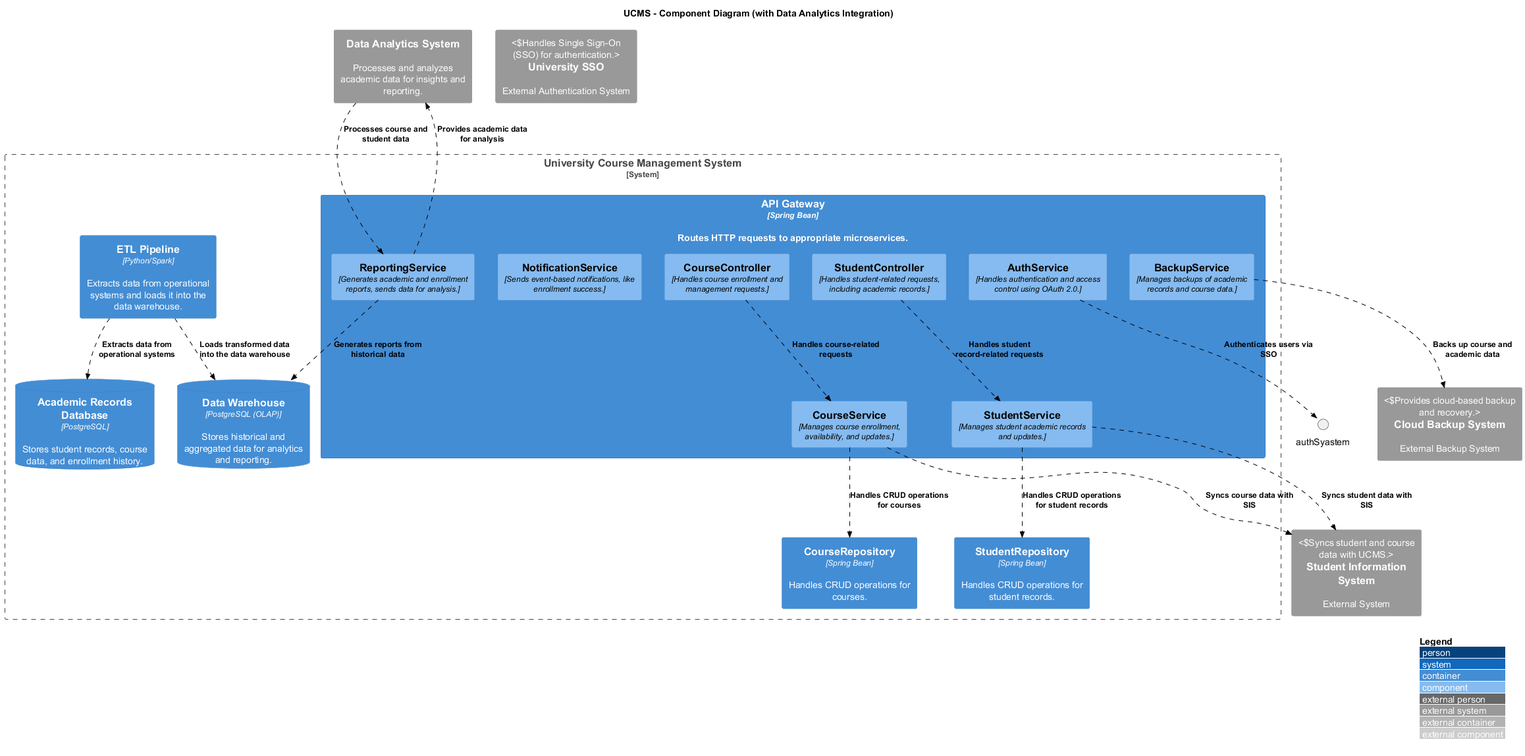
Above: out/Final_Component/UCMS_Component_Diagram.png in Mukundks2004/SoftwareArchC4Group (PlantUML), before the change. Its diagram source:
```plantuml
@startuml UCMS_Component_Diagram
!include https://raw.githubusercontent.com/plantuml-stdlib/C4-PlantUML/master/C4_Component.puml
AddRelTag("sync", $textColor="black", $lineColor="black", $lineStyle = DashedLine())

LAYOUT_WITH_LEGEND()

title UCMS - Component Diagram (with Data Analytics Integration)

System_Boundary(UCMS, "University Course Management System") {

    Container(apiGateway, "API Gateway", "Spring Bean", "Routes HTTP requests to appropriate microservices.") {

        Component(courseController, "CourseController", "Handles course enrollment and management requests.")
        Component(studentController, "StudentController", "Handles student-related requests, including academic records.")

        Component(courseService, "CourseService", "Manages course enrollment, availability, and updates.")
        Component(studentService, "StudentService", "Manages student academic records and updates.")
        Component(reportingService, "ReportingService", "Generates academic and enrollment reports, sends data for analysis.")
        Component(authService, "AuthService", "Handles authentication and access control using OAuth 2.0.")
        Component(notificationService, "NotificationService", "Sends event-based notifications, like enrollment success.")
        Component(backupService, "BackupService", "Manages backups of academic records and course data.")
    }

    Container(courseRepository, "CourseRepository", "Spring Bean", "Handles CRUD operations for courses.")
    Container(studentRepository, "StudentRepository", "Spring Bean", "Handles CRUD operations for student records.")

    Container(etlPipeline, "ETL Pipeline", "Python/Spark", "Extracts data from operational systems and loads it into the data warehouse.")
    ContainerDb(academicDb, "Academic Records Database", "PostgreSQL", "Stores student records, course data, and enrollment history.")
    ContainerDb(dataWarehouse, "Data Warehouse", "PostgreSQL (OLAP)", "Stores historical and aggregated data for analytics and reporting.")
}

System_Ext(SIS, "Student Information System", "External System", "Syncs student and course data with UCMS.")
System_Ext(authSystem, "University SSO", "External Authentication System", "Handles Single Sign-On (SSO) for authentication.")
System_Ext(backupSystem, "Cloud Backup System", "External Backup System", "Provides cloud-based backup and recovery.")
System_Ext(dataAnalytics, "Data Analytics System", "Processes and analyzes academic data for insights and reporting.")

Rel(courseController, courseService, "Handles course-related requests", $tags="sync")
Rel(studentController, studentService, "Handles student record-related requests", $tags="sync")
Rel(courseService, courseRepository, "Handles CRUD operations for courses", $tags="sync")
Rel(studentService, studentRepository, "Handles CRUD operations for student records", $tags="sync")
Rel(reportingService, dataWarehouse, "Generates reports from historical data", $tags="sync")
Rel(etlPipeline, academicDb, "Extracts data from operational systems", $tags="sync")
Rel(etlPipeline, dataWarehouse, "Loads transformed data into the data warehouse", $tags="sync")

Rel(authService, authSyastem, "Authenticates users via SSO", $tags="sync")
Rel(backupService, backupSystem, "Backs up course and academic data", $tags="sync")
Rel(reportingService, dataAnalytics, "Provides academic data for analysis", $tags="sync")
Rel(dataAnalytics, reportingService, "Processes course and student data", $tags="sync")

Rel(courseService, SIS, "Syncs course data with SIS", $tags="sync")
Rel(studentService, SIS, "Syncs student data with SIS", $tags="sync")

@enduml
```
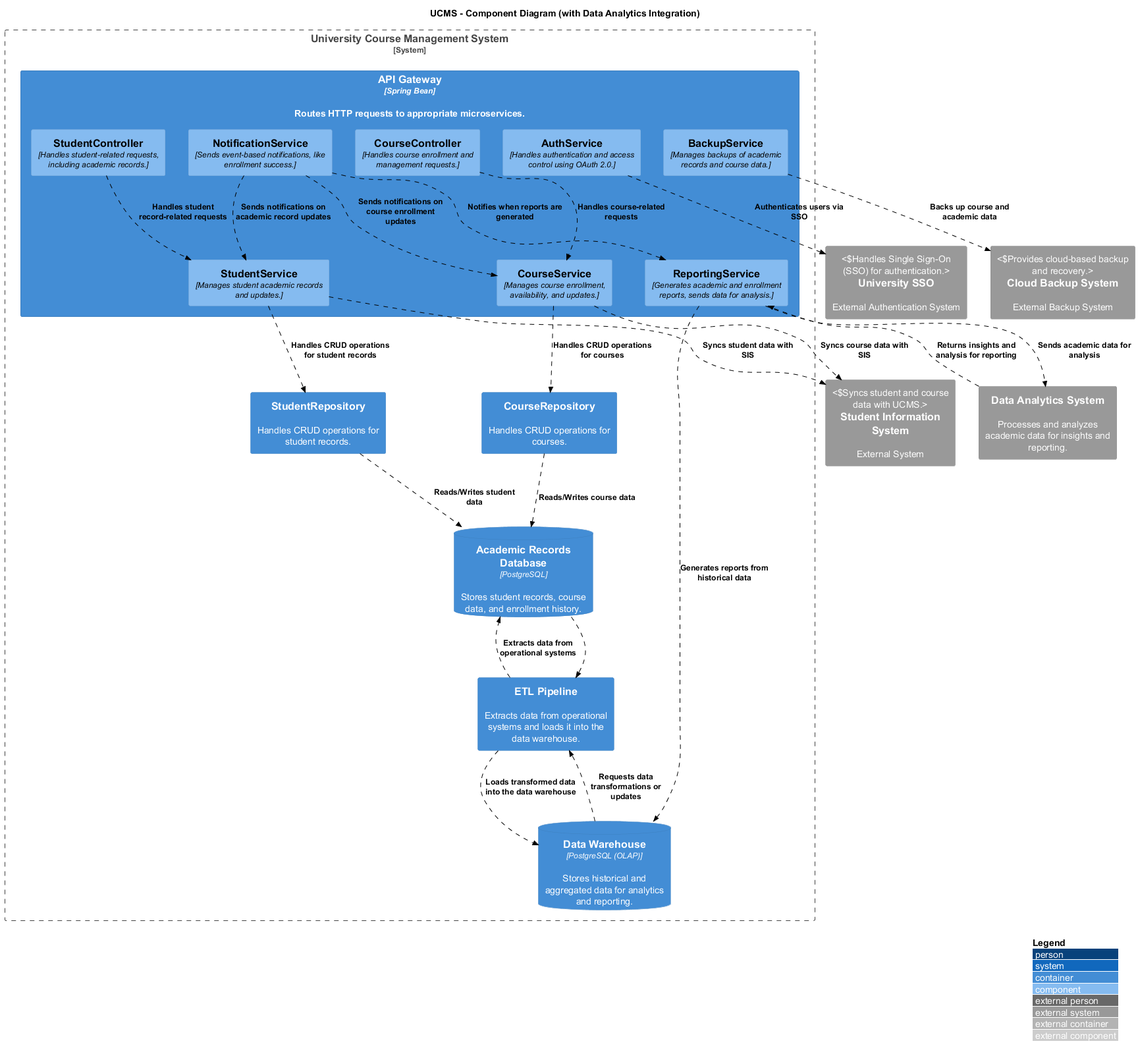
The same file after the commit.

The edit, as a diff of the source:
```diff
@@ -21,10 +21,10 @@
         Component(backupService, "BackupService", "Manages backups of academic records and course data.")
     }
 
-    Container(courseRepository, "CourseRepository", "Spring Bean", "Handles CRUD operations for courses.")
-    Container(studentRepository, "StudentRepository", "Spring Bean", "Handles CRUD operations for student records.")
+    Container(courseRepository, "CourseRepository", "", "Handles CRUD operations for courses.")
+    Container(studentRepository, "StudentRepository", "", "Handles CRUD operations for student records.")
 
-    Container(etlPipeline, "ETL Pipeline", "Python/Spark", "Extracts data from operational systems and loads it into the data warehouse.")
+    Container(etlPipeline, "ETL Pipeline", "", "Extracts data from operational systems and loads it into the data warehouse.")
     ContainerDb(academicDb, "Academic Records Database", "PostgreSQL", "Stores student records, course data, and enrollment history.")
     ContainerDb(dataWarehouse, "Data Warehouse", "PostgreSQL (OLAP)", "Stores historical and aggregated data for analytics and reporting.")
 }
@@ -39,15 +39,27 @@
 Rel(courseService, courseRepository, "Handles CRUD operations for courses", $tags="sync")
 Rel(studentService, studentRepository, "Handles CRUD operations for student records", $tags="sync")
 Rel(reportingService, dataWarehouse, "Generates reports from historical data", $tags="sync")
+
+Rel(academicDb, etlPipeline, "", $tags="sync")
 Rel(etlPipeline, academicDb, "Extracts data from operational systems", $tags="sync")
 Rel(etlPipeline, dataWarehouse, "Loads transformed data into the data warehouse", $tags="sync")
+Rel(dataWarehouse, etlPipeline, "Requests data transformations or updates", $tags="sync")
 
-Rel(authService, authSyastem, "Authenticates users via SSO", $tags="sync")
+Rel(authService, authSystem, "Authenticates users via SSO", $tags="sync")
 Rel(backupService, backupSystem, "Backs up course and academic data", $tags="sync")
-Rel(reportingService, dataAnalytics, "Provides academic data for analysis", $tags="sync")
-Rel(dataAnalytics, reportingService, "Processes course and student data", $tags="sync")
+Rel(reportingService, dataAnalytics, "Sends academic data for analysis", $tags="sync")
+Rel(dataAnalytics, reportingService, "Returns insights and analysis for reporting", $tags="sync")
 
 Rel(courseService, SIS, "Syncs course data with SIS", $tags="sync")
 Rel(studentService, SIS, "Syncs student data with SIS", $tags="sync")
 
+
+Rel(notificationService, reportingService, "Notifies when reports are generated", $tags="sync")
+Rel(notificationService, studentService, "Sends notifications on academic record updates", $tags="sync")
+Rel(notificationService, courseService, "Sends notifications on course enrollment updates", $tags="sync")
+
+Rel(courseRepository, academicDb, "Reads/Writes course data", $tags="sync")
+Rel(studentRepository, academicDb, "Reads/Writes student data", $tags="sync")
+
+
 @enduml
```
